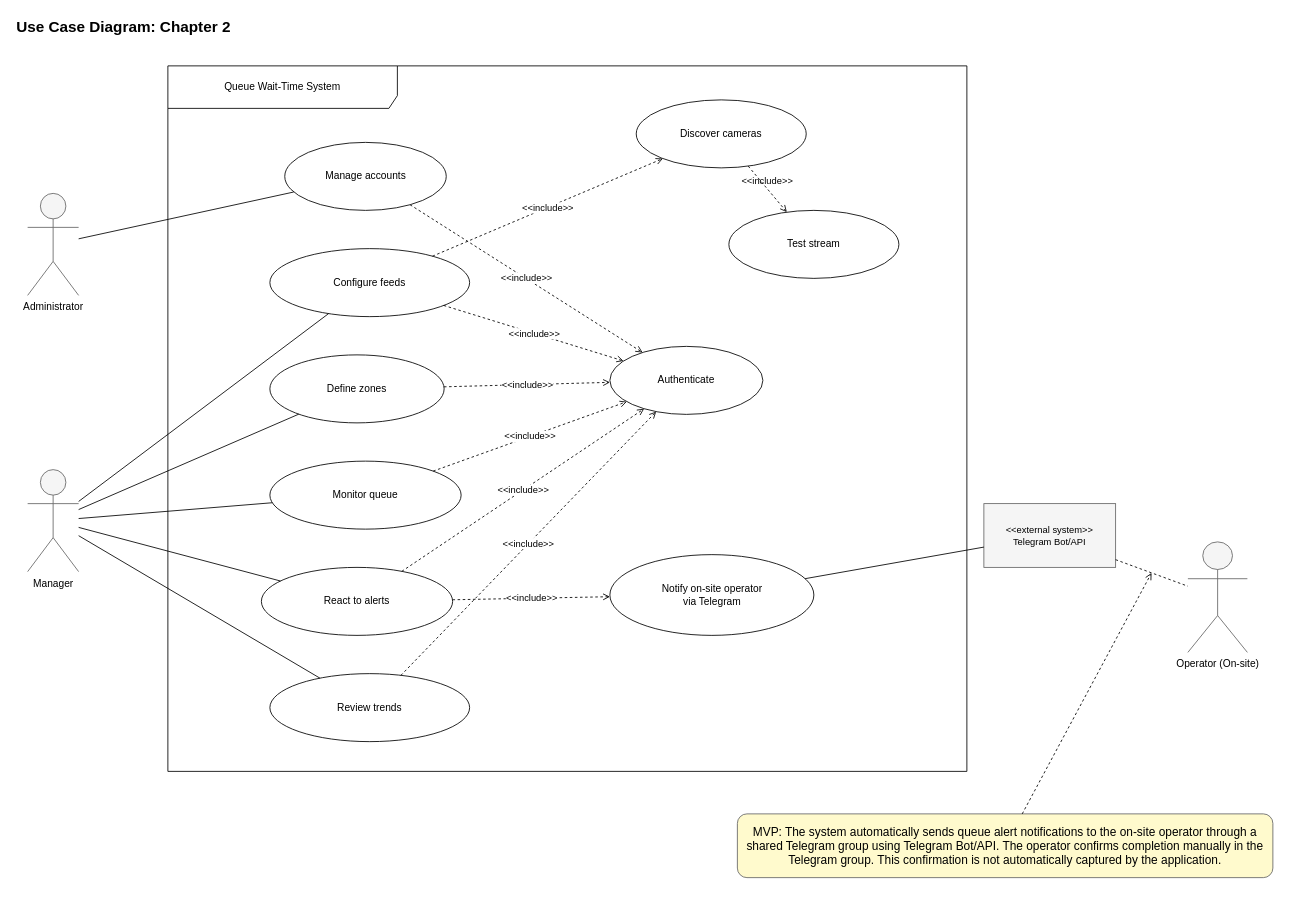
Above: report-latex/figures/drawio/chapter2_use_case.drawio in Salmen-BA21/Queue-Wait-Time-Estimation (draw.io), before the change. Source tidied: cells renumbered, new cells numbered last; positions are measured from the earlier drawing's top-left corner, leaving out a move shared by most shapes. Both pictures are drawn from the tidied source at 85%, with x=0, y=0 at pixel (14, 14).
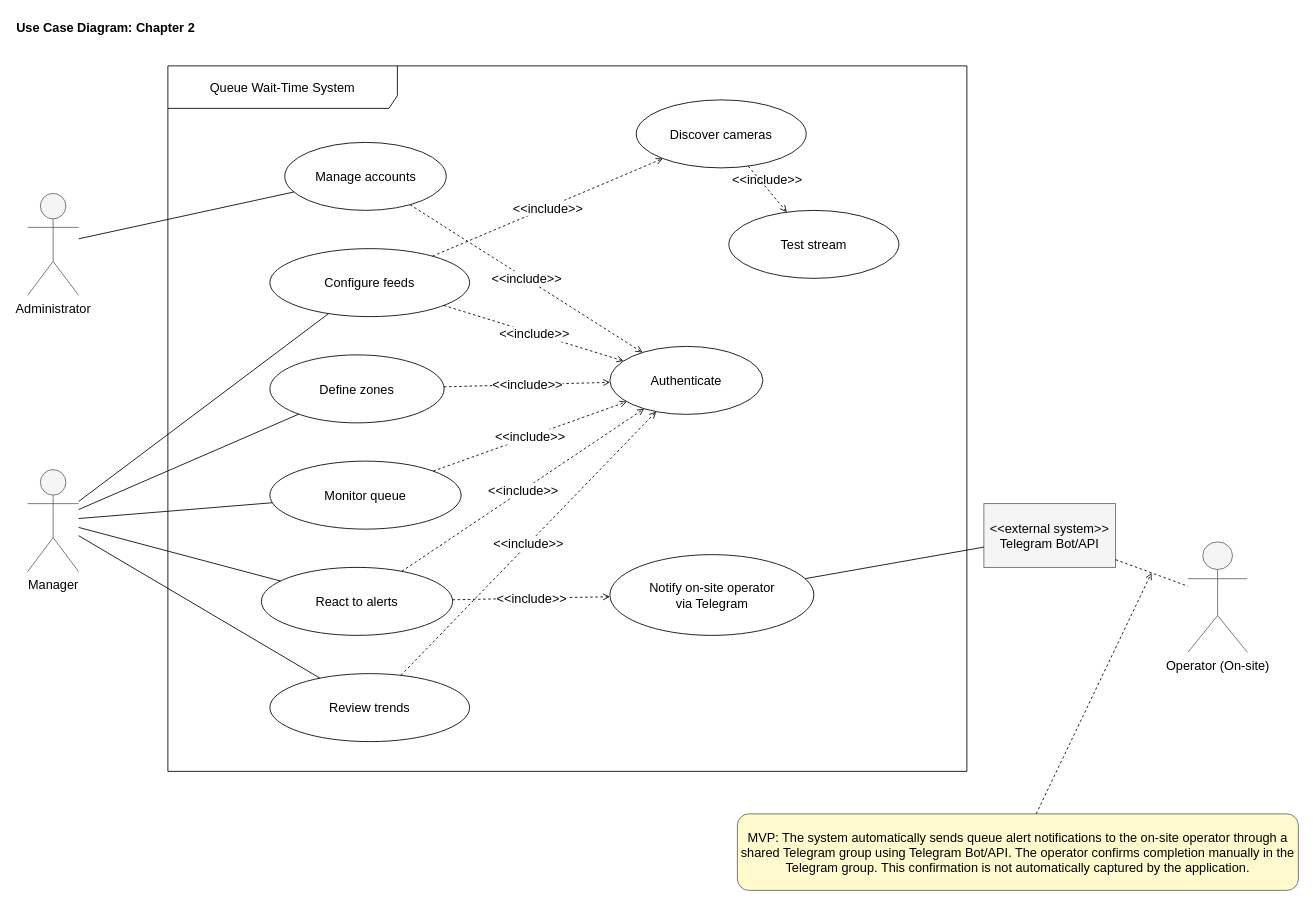
The same diagram, later.

Commit message (it also covers changes not shown here):
diagram text resize

Diff of the diagram source:
```diff
@@
-    <mxCell id="2" value="Use Case Diagram: Chapter 2" style="text;html=1;strokeColor=none;fillColor=none;align=left;verticalAlign=middle;fontStyle=1;fontSize=18;" parent="1" vertex="1">
+    <mxCell id="2" value="Use Case Diagram: Chapter 2" style="text;html=1;strokeColor=none;fillColor=none;align=left;verticalAlign=middle;fontStyle=1;fontSize=15;" parent="1" vertex="1">
       <mxGeometry width="340" height="30" as="geometry" />
     </mxCell>
-    <mxCell id="3" value="Administrator" style="shape=umlActor;verticalLabelPosition=bottom;verticalAlign=top;html=1;fillColor=#f5f5f5;strokeColor=#666666;" parent="1" vertex="1">
+    <mxCell id="3" value="Administrator" style="shape=umlActor;verticalLabelPosition=bottom;verticalAlign=top;html=1;fillColor=#f5f5f5;strokeColor=#666666;fontSize=15;" parent="1" vertex="1">
       <mxGeometry x="15" y="210" width="60" height="120" as="geometry" />
     </mxCell>
-    <mxCell id="4" value="Manager" style="shape=umlActor;verticalLabelPosition=bottom;verticalAlign=top;html=1;fillColor=#f5f5f5;strokeColor=#666666;" parent="1" vertex="1">
+    <mxCell id="4" value="Manager" style="shape=umlActor;verticalLabelPosition=bottom;verticalAlign=top;html=1;fillColor=#f5f5f5;strokeColor=#666666;fontSize=15;" parent="1" vertex="1">
       <mxGeometry x="15" y="535" width="60" height="120" as="geometry" />
     </mxCell>
-    <mxCell id="5" value="Queue Wait-Time System" style="shape=umlFrame;whiteSpace=wrap;html=1;width=270;height=50;" parent="1" vertex="1">
+    <mxCell id="5" value="Queue Wait-Time System" style="shape=umlFrame;whiteSpace=wrap;html=1;width=270;height=50;fontSize=15;" parent="1" vertex="1">
       <mxGeometry x="180" y="60" width="940" height="830" as="geometry" />
     </mxCell>
-    <mxCell id="6" value="Manage accounts" style="ellipse;whiteSpace=wrap;html=1;" parent="5" vertex="1">
+    <mxCell id="6" value="Manage accounts" style="ellipse;whiteSpace=wrap;html=1;fontSize=15;" parent="5" vertex="1">
       <mxGeometry x="137.5" y="90" width="190" height="80" as="geometry" />
     </mxCell>
-    <mxCell id="7" value="Configure feeds" style="ellipse;whiteSpace=wrap;html=1;" parent="5" vertex="1">
+    <mxCell id="7" value="Configure feeds" style="ellipse;whiteSpace=wrap;html=1;fontSize=15;" parent="5" vertex="1">
       <mxGeometry x="120" y="215" width="235" height="80" as="geometry" />
     </mxCell>
-    <mxCell id="8" value="Discover cameras" style="ellipse;whiteSpace=wrap;html=1;" parent="5" vertex="1">
+    <mxCell id="8" value="Discover cameras" style="ellipse;whiteSpace=wrap;html=1;fontSize=15;" parent="5" vertex="1">
       <mxGeometry x="551" y="40" width="200" height="80" as="geometry" />
     </mxCell>
-    <mxCell id="9" value="Test stream" style="ellipse;whiteSpace=wrap;html=1;" parent="5" vertex="1">
+    <mxCell id="9" value="Test stream" style="ellipse;whiteSpace=wrap;html=1;fontSize=15;" parent="5" vertex="1">
       <mxGeometry x="660" y="170" width="200" height="80" as="geometry" />
     </mxCell>
-    <mxCell id="10" value="&amp;lt;&amp;lt;include&amp;gt;&amp;gt;" style="dashed=1;endArrow=open;endFill=0;html=1;rounded=0;" parent="5" edge="1" source="7" target="8">
+    <mxCell id="10" value="&amp;lt;&amp;lt;include&amp;gt;&amp;gt;" style="dashed=1;endArrow=open;endFill=0;html=1;rounded=0;fontSize=15;" parent="5" edge="1" source="7" target="8">
       <mxGeometry relative="1" as="geometry" />
     </mxCell>
-    <mxCell id="11" value="Define zones" style="ellipse;whiteSpace=wrap;html=1;" parent="5" vertex="1">
+    <mxCell id="11" value="Define zones" style="ellipse;whiteSpace=wrap;html=1;fontSize=15;" parent="5" vertex="1">
       <mxGeometry x="120" y="340" width="205" height="80" as="geometry" />
     </mxCell>
-    <mxCell id="12" value="Monitor queue" style="ellipse;whiteSpace=wrap;html=1;" parent="5" vertex="1">
+    <mxCell id="12" value="Monitor queue" style="ellipse;whiteSpace=wrap;html=1;fontSize=15;" parent="5" vertex="1">
       <mxGeometry x="120" y="465" width="225" height="80" as="geometry" />
     </mxCell>
-    <mxCell id="13" value="React to alerts" style="ellipse;whiteSpace=wrap;html=1;" parent="5" vertex="1">
+    <mxCell id="13" value="React to alerts" style="ellipse;whiteSpace=wrap;html=1;fontSize=15;" parent="5" vertex="1">
       <mxGeometry x="110" y="590" width="225" height="80" as="geometry" />
     </mxCell>
-    <mxCell id="14" value="Notify on-site operator&lt;br&gt;via Telegram" style="ellipse;whiteSpace:wrap;html=1;" parent="5" vertex="1">
+    <mxCell id="14" value="Notify on-site operator&lt;br&gt;via Telegram" style="ellipse;whiteSpace:wrap;html=1;fontSize=15;" parent="5" vertex="1">
       <mxGeometry x="520" y="575" width="240" height="95" as="geometry" />
     </mxCell>
-    <mxCell id="15" value="Review trends" style="ellipse;whiteSpace=wrap;html=1;" parent="5" vertex="1">
+    <mxCell id="15" value="Review trends" style="ellipse;whiteSpace=wrap;html=1;fontSize=15;" parent="5" vertex="1">
       <mxGeometry x="120" y="715" width="235" height="80" as="geometry" />
     </mxCell>
-    <mxCell id="16" value="Authenticate" style="ellipse;whiteSpace=wrap;html=1;" parent="5" vertex="1">
+    <mxCell id="16" value="Authenticate" style="ellipse;whiteSpace=wrap;html=1;fontSize=15;" parent="5" vertex="1">
       <mxGeometry x="520" y="330" width="180" height="80" as="geometry" />
     </mxCell>
-    <mxCell id="17" value="&amp;lt;&amp;lt;include&amp;gt;&amp;gt;" style="dashed=1;endArrow=open;endFill=0;html=1;rounded=0;" parent="5" edge="1" source="6" target="16">
+    <mxCell id="17" value="&amp;lt;&amp;lt;include&amp;gt;&amp;gt;" style="dashed=1;endArrow=open;endFill=0;html=1;rounded=0;fontSize=15;" parent="5" edge="1" source="6" target="16">
       <mxGeometry relative="1" as="geometry" />
     </mxCell>
-    <mxCell id="18" value="&amp;lt;&amp;lt;include&amp;gt;&amp;gt;" style="dashed=1;endArrow=open;endFill=0;html=1;rounded=0;" parent="5" edge="1" source="7" target="16">
+    <mxCell id="18" value="&amp;lt;&amp;lt;include&amp;gt;&amp;gt;" style="dashed=1;endArrow=open;endFill=0;html=1;rounded=0;fontSize=15;" parent="5" edge="1" source="7" target="16">
       <mxGeometry relative="1" as="geometry" />
     </mxCell>
-    <mxCell id="19" value="&amp;lt;&amp;lt;include&amp;gt;&amp;gt;" style="dashed=1;endArrow=open;endFill=0;html=1;rounded=0;" parent="5" edge="1" source="11" target="16">
+    <mxCell id="19" value="&amp;lt;&amp;lt;include&amp;gt;&amp;gt;" style="dashed=1;endArrow=open;endFill=0;html=1;rounded=0;fontSize=15;" parent="5" edge="1" source="11" target="16">
       <mxGeometry relative="1" as="geometry" />
     </mxCell>
-    <mxCell id="20" value="&amp;lt;&amp;lt;include&amp;gt;&amp;gt;" style="dashed=1;endArrow=open;endFill=0;html=1;rounded=0;" parent="5" edge="1" source="12" target="16">
+    <mxCell id="20" value="&amp;lt;&amp;lt;include&amp;gt;&amp;gt;" style="dashed=1;endArrow=open;endFill=0;html=1;rounded=0;fontSize=15;" parent="5" edge="1" source="12" target="16">
       <mxGeometry relative="1" as="geometry" />
     </mxCell>
-    <mxCell id="21" value="&amp;lt;&amp;lt;include&amp;gt;&amp;gt;" style="dashed=1;endArrow=open;endFill=0;html=1;rounded=0;" parent="5" edge="1" source="13" target="16">
+    <mxCell id="21" value="&amp;lt;&amp;lt;include&amp;gt;&amp;gt;" style="dashed=1;endArrow=open;endFill=0;html=1;rounded=0;fontSize=15;" parent="5" edge="1" source="13" target="16">
       <mxGeometry relative="1" as="geometry" />
     </mxCell>
-    <mxCell id="22" value="&amp;lt;&amp;lt;include&amp;gt;&amp;gt;" style="dashed=1;endArrow=open;endFill=0;html=1;rounded=0;" parent="5" edge="1" source="15" target="16">
+    <mxCell id="22" value="&amp;lt;&amp;lt;include&amp;gt;&amp;gt;" style="dashed=1;endArrow=open;endFill=0;html=1;rounded=0;fontSize=15;" parent="5" edge="1" source="15" target="16">
       <mxGeometry relative="1" as="geometry" />
     </mxCell>
-    <mxCell id="23" value="&amp;lt;&amp;lt;include&amp;gt;&amp;gt;" style="dashed=1;endArrow=open;endFill=0;html=1;rounded=0;" parent="5" edge="1" source="13" target="14">
+    <mxCell id="23" value="&amp;lt;&amp;lt;include&amp;gt;&amp;gt;" style="dashed=1;endArrow=open;endFill=0;html=1;rounded=0;fontSize=15;" parent="5" edge="1" source="13" target="14">
       <mxGeometry relative="1" as="geometry" />
     </mxCell>
-    <mxCell id="24" value="&amp;lt;&amp;lt;include&amp;gt;&amp;gt;" style="html=1;verticalAlign=bottom;labelBackgroundColor=none;endArrow=open;endFill=0;dashed=1;" parent="5" edge="1" source="8" target="9">
+    <mxCell id="24" value="&amp;lt;&amp;lt;include&amp;gt;&amp;gt;" style="html=1;verticalAlign=bottom;labelBackgroundColor=none;endArrow=open;endFill=0;dashed=1;fontSize=15;" parent="5" edge="1" source="8" target="9">
       <mxGeometry relative="1" as="geometry" />
     </mxCell>
-    <mxCell id="25" style="rounded=0;jettySize=auto;html=1;endArrow=none;endFill=0;" parent="1" edge="1" source="3" target="6">
+    <mxCell id="25" style="rounded=0;jettySize=auto;html=1;endArrow=none;endFill=0;fontSize=15;" parent="1" edge="1" source="3" target="6">
       <mxGeometry relative="1" as="geometry" />
     </mxCell>
-    <mxCell id="26" style="rounded=0;jettySize=auto;html=1;endArrow=none;endFill=0;" parent="1" edge="1" source="4" target="7">
+    <mxCell id="26" style="rounded=0;jettySize=auto;html=1;endArrow=none;endFill=0;fontSize=15;" parent="1" edge="1" source="4" target="7">
       <mxGeometry relative="1" as="geometry" />
     </mxCell>
-    <mxCell id="27" style="rounded=0;jettySize=auto;html=1;endArrow=none;endFill=0;" parent="1" edge="1" source="4" target="11">
+    <mxCell id="27" style="rounded=0;jettySize=auto;html=1;endArrow=none;endFill=0;fontSize=15;" parent="1" edge="1" source="4" target="11">
       <mxGeometry relative="1" as="geometry" />
     </mxCell>
-    <mxCell id="28" style="rounded=0;jettySize=auto;html=1;endArrow=none;endFill=0;" parent="1" edge="1" source="4" target="12">
+    <mxCell id="28" style="rounded=0;jettySize=auto;html=1;endArrow=none;endFill=0;fontSize=15;" parent="1" edge="1" source="4" target="12">
       <mxGeometry relative="1" as="geometry" />
     </mxCell>
-    <mxCell id="29" style="rounded=0;jettySize=auto;html=1;endArrow=none;endFill=0;" parent="1" edge="1" source="4" target="13">
+    <mxCell id="29" style="rounded=0;jettySize=auto;html=1;endArrow=none;endFill=0;fontSize=15;" parent="1" edge="1" source="4" target="13">
       <mxGeometry relative="1" as="geometry" />
     </mxCell>
-    <mxCell id="30" style="rounded=0;jettySize=auto;html=1;endArrow=none;endFill=0;" parent="1" edge="1" source="4" target="15">
+    <mxCell id="30" style="rounded=0;jettySize=auto;html=1;endArrow=none;endFill=0;fontSize=15;" parent="1" edge="1" source="4" target="15">
       <mxGeometry relative="1" as="geometry" />
     </mxCell>
-    <mxCell id="31" value="Operator (On-site)" style="shape=umlActor;verticalLabelPosition=bottom;verticalAlign=top;html=1;fillColor=#f5f5f5;strokeColor=#666666;" parent="1" vertex="1">
+    <mxCell id="31" value="Operator (On-site)" style="shape=umlActor;verticalLabelPosition=bottom;verticalAlign=top;html=1;fillColor=#f5f5f5;strokeColor=#666666;fontSize=15;" parent="1" vertex="1">
       <mxGeometry x="1380" y="620" width="70" height="130" as="geometry" />
     </mxCell>
-    <mxCell id="32" value="&amp;lt;&amp;lt;external system&amp;gt;&amp;gt;&lt;br&gt;Telegram Bot/API" style="rounded=0;whiteSpace=wrap;html=1;fillColor=#f5f5f5;strokeColor=#666666;align=center;verticalAlign=middle;fontSize=11;" parent="1" vertex="1">
+    <mxCell id="32" value="&amp;lt;&amp;lt;external system&amp;gt;&amp;gt;&lt;br&gt;Telegram Bot/API" style="rounded=0;whiteSpace=wrap;html=1;fillColor=#f5f5f5;strokeColor=#666666;align=center;verticalAlign=middle;fontSize=15;" parent="1" vertex="1">
       <mxGeometry x="1140" y="575" width="155" height="75" as="geometry" />
     </mxCell>
-    <mxCell id="33" style="rounded=0;jettySize=auto;html=1;endArrow=none;endFill=0;" parent="1" edge="1" source="14" target="32">
+    <mxCell id="33" style="rounded=0;jettySize=auto;html=1;endArrow=none;endFill=0;fontSize=15;" parent="1" edge="1" source="14" target="32">
       <mxGeometry relative="1" as="geometry" />
     </mxCell>
-    <mxCell id="34" style="rounded=0;jettySize=auto;html=1;dashed=1;endArrow=none;endFill=0;" parent="1" edge="1" source="32" target="31">
+    <mxCell id="34" style="rounded=0;jettySize=auto;html=1;dashed=1;endArrow=none;endFill=0;fontSize=15;" parent="1" edge="1" source="32" target="31">
       <mxGeometry relative="1" as="geometry" />
     </mxCell>
-    <mxCell id="35" value="&lt;font style=&quot;font-size: 14px;&quot;&gt;MVP: The system automatically sends queue alert notifications to the on-site operator through a shared Telegram group using Telegram Bot/API. The operator confirms completion manually in the Telegram group. This confirmation is not automatically captured by the application.&lt;/font&gt;" style="text;html=1;strokeColor=#666666;fillColor=#fffacd;align=center;verticalAlign=middle;rounded=1;fontSize=11;whiteSpace=wrap;" parent="1" vertex="1">
-      <mxGeometry x="850" y="940" width="630" height="75" as="geometry" />
+    <mxCell id="35" value="&lt;font&gt;MVP: The system automatically sends queue alert notifications to the on-site operator through a shared Telegram group using Telegram Bot/API. The operator confirms completion manually in the Telegram group. This confirmation is not automatically captured by the application.&lt;/font&gt;" style="text;html=1;strokeColor=#666666;fillColor=#fffacd;align=center;verticalAlign=middle;rounded=1;fontSize=15;whiteSpace=wrap;" parent="1" vertex="1">
+      <mxGeometry x="850" y="940" width="660" height="90" as="geometry" />
     </mxCell>
-    <mxCell id="36" style="dashed=1;endArrow=open;endFill=0;html=1;rounded=0;" parent="1" edge="1" source="35" target="34">
+    <mxCell id="36" style="dashed=1;endArrow=open;endFill=0;html=1;rounded=0;fontSize=15;" parent="1" edge="1" source="35" target="34">
       <mxGeometry relative="1" as="geometry" />
     </mxCell>
```
